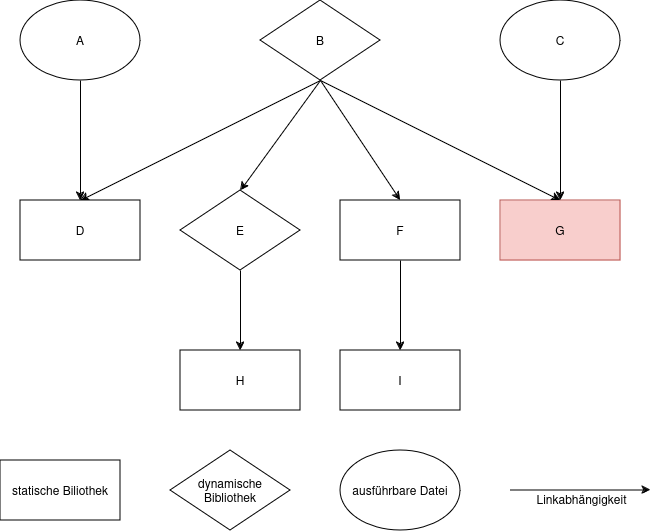
Deric-W/FindScoreP keeps this draw.io diagram as paper/graphics/analysis_before.drawio.png. Above is the earlier version. Source tidied: cells renumbered, new cells last; positions are measured from the earlier drawing's top-left corner, leaving out a move shared by most shapes.
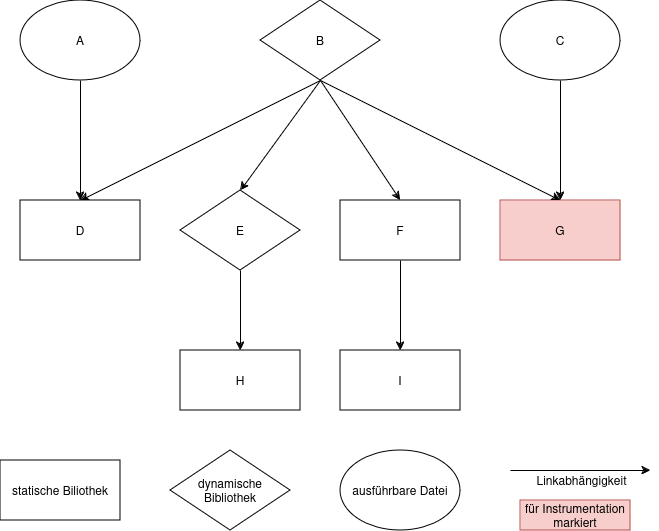
After the commit.

The edit, as a diff of the source:
```diff
@@ -13,8 +13,8 @@
     </mxCell>
     <mxCell id="5" style="endArrow=classic;html=1;rounded=0;align=center;verticalAlign=top;" parent="1" edge="1">
       <mxGeometry relative="1" as="geometry">
-        <mxPoint x="510" y="489.5" as="sourcePoint" />
-        <mxPoint x="650" y="489.5" as="targetPoint" />
+        <mxPoint x="510" y="470" as="sourcePoint" />
+        <mxPoint x="650" y="470" as="targetPoint" />
       </mxGeometry>
     </mxCell>
     <mxCell id="6" value="&lt;div style=&quot;line-height: 120%; font-size: 13px;&quot; align=&quot;center&quot;&gt;&lt;font style=&quot;font-size: 12px;&quot;&gt;Linkabhängigkeit&lt;/font&gt;&lt;/div&gt;" style="edgeLabel;html=1;align=center;verticalAlign=middle;fontSize=14;labelBackgroundColor=none;" parent="5" vertex="1">
@@ -73,5 +73,8 @@
     <mxCell id="23" style="endArrow=classic;html=1;rounded=0;entryX=0.5;entryY=0;entryDx=0;entryDy=0;exitX=0.5;exitY=1;exitDx=0;exitDy=0;" parent="1" edge="1" source="11" target="22">
       <mxGeometry relative="1" as="geometry" />
     </mxCell>
+    <mxCell id="24" value="für Instrumentation markiert" style="rounded=0;whiteSpace=wrap;html=1;fillColor=#f8cecc;strokeColor=#b85450;" parent="1" vertex="1">
+      <mxGeometry x="520" y="500" width="110" height="30" as="geometry" />
+    </mxCell>
   </root>
 </mxGraphModel>
```
